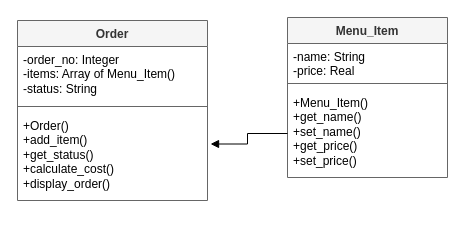
Earlier version of the draw.io diagram page "class" (2 of 3) of ah-cs/sdd/AH-SDD-Canteen/assets/diagrams/AH-SDD-Canteen.drawio (MrFriendCS/MrFriendCS.github.io). Source tidied: cells renumbered, new cells numbered last; positions are measured from the earlier drawing's top-left corner, leaving out a move shared by most shapes. Both pictures are drawn from the tidied source at 100%, with x=0, y=0 at pixel (17, 17).
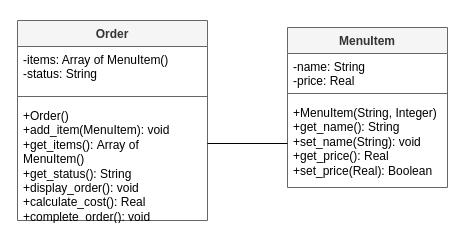
The same page after the edit.

Diff of the diagram source:
```diff
@@
 <mxGraphModel>
   <root>
     <mxCell id="0" />
     <mxCell id="1" parent="0" />
     <mxCell id="2" value="Order" style="swimlane;fontStyle=1;align=center;verticalAlign=top;horizontal=1;startSize=26;whiteSpace=wrap;html=1;fillColor=#f5f5f5;fontColor=#333333;strokeColor=#666666;" parent="1" vertex="1">
-      <mxGeometry y="3" width="190" height="180" as="geometry" />
+      <mxGeometry y="3" width="190" height="200" as="geometry" />
     </mxCell>
-    <mxCell id="3" value="-order_no: Integer&lt;div&gt;-items: Array of Menu_Item()&lt;/div&gt;&lt;div&gt;-status: String&lt;/div&gt;" style="text;strokeColor=none;fillColor=none;align=left;verticalAlign=top;spacingLeft=4;spacingRight=4;overflow=hidden;whiteSpace=wrap;html=1;" parent="2" vertex="1">
-      <mxGeometry y="26" width="190" height="54" as="geometry" />
+    <mxCell id="3" value="&lt;div&gt;-items: Array of MenuItem()&lt;/div&gt;&lt;div&gt;-status: String&lt;/div&gt;" style="text;strokeColor=none;fillColor=none;align=left;verticalAlign=top;spacingLeft=4;spacingRight=4;overflow=hidden;whiteSpace=wrap;html=1;" parent="2" vertex="1">
+      <mxGeometry y="26" width="190" height="44" as="geometry" />
     </mxCell>
     <mxCell id="4" style="line;strokeWidth=1;fillColor=none;align=left;verticalAlign=middle;spacingTop=-1;spacingLeft=3;spacingRight=3;labelPosition=right;strokeColor=inherit;" parent="2" vertex="1">
-      <mxGeometry y="80" width="190" height="12" as="geometry" />
+      <mxGeometry y="70" width="190" height="12" as="geometry" />
     </mxCell>
-    <mxCell id="5" value="+Order()&lt;div&gt;+add_item()&lt;/div&gt;&lt;div&gt;+get_status()&lt;/div&gt;&lt;div&gt;+calculate_cost()&lt;/div&gt;&lt;div&gt;+display_order()&lt;/div&gt;" style="text;strokeColor=none;fillColor=none;align=left;verticalAlign=top;spacingLeft=4;spacingRight=4;overflow=hidden;points=[[0,0.5],[1,0.5]];portConstraint=eastwest;whiteSpace=wrap;html=1;" parent="2" vertex="1">
-      <mxGeometry y="92" width="190" height="88" as="geometry" />
+    <mxCell id="5" value="+Order()&lt;div&gt;+add_item(MenuItem): void&lt;/div&gt;&lt;div&gt;+get_items():&amp;nbsp;&lt;span style=&quot;background-color: transparent; color: light-dark(rgb(0, 0, 0), rgb(255, 255, 255));&quot;&gt;Array of MenuItem()&lt;/span&gt;&lt;/div&gt;&lt;div&gt;&lt;span style=&quot;background-color: transparent; color: light-dark(rgb(0, 0, 0), rgb(255, 255, 255));&quot;&gt;+get_status(): String&lt;/span&gt;&lt;/div&gt;&lt;div&gt;+display_order(): void&lt;/div&gt;&lt;div&gt;+calculate_cost(): Real&lt;/div&gt;&lt;div&gt;+complete_order(): void&lt;/div&gt;" style="text;strokeColor=none;fillColor=none;align=left;verticalAlign=top;spacingLeft=4;spacingRight=4;overflow=hidden;points=[[0,0.5],[1,0.5]];portConstraint=eastwest;whiteSpace=wrap;html=1;" parent="2" vertex="1">
+      <mxGeometry y="82" width="190" height="118" as="geometry" />
     </mxCell>
-    <mxCell id="6" value="Menu_Item" style="swimlane;fontStyle=1;align=center;verticalAlign=top;horizontal=1;startSize=26;whiteSpace=wrap;html=1;fillColor=#f5f5f5;fontColor=#333333;strokeColor=#666666;" parent="1" vertex="1">
-      <mxGeometry x="270" width="160" height="160" as="geometry" />
+    <mxCell id="6" value="MenuItem" style="swimlane;fontStyle=1;align=center;verticalAlign=top;horizontal=1;startSize=26;whiteSpace=wrap;html=1;fillColor=#f5f5f5;fontColor=#333333;strokeColor=#666666;" parent="1" vertex="1">
+      <mxGeometry x="270" y="10" width="160" height="160" as="geometry" />
     </mxCell>
     <mxCell id="7" value="-name: String&lt;div&gt;-price: Real&lt;/div&gt;" style="text;strokeColor=none;fillColor=none;align=left;verticalAlign=top;spacingLeft=4;spacingRight=4;overflow=hidden;whiteSpace=wrap;html=1;" parent="6" vertex="1">
       <mxGeometry y="26" width="160" height="34" as="geometry" />
     </mxCell>
     <mxCell id="8" style="line;strokeWidth=1;fillColor=none;align=left;verticalAlign=middle;spacingTop=-1;spacingLeft=3;spacingRight=3;labelPosition=right;strokeColor=inherit;" parent="6" vertex="1">
       <mxGeometry y="60" width="160" height="12" as="geometry" />
     </mxCell>
-    <mxCell id="9" value="+Menu_Item()&lt;div&gt;&lt;span style=&quot;background-color: transparent; color: light-dark(rgb(0, 0, 0), rgb(255, 255, 255));&quot;&gt;+get_name()&lt;/span&gt;&lt;/div&gt;&lt;div&gt;+set_name()&lt;br&gt;&lt;div&gt;&lt;div&gt;+get_price()&lt;br&gt;&lt;/div&gt;&lt;/div&gt;&lt;/div&gt;&lt;div&gt;+set_price()&lt;/div&gt;" style="text;strokeColor=none;fillColor=none;align=left;verticalAlign=top;spacingLeft=4;spacingRight=4;overflow=hidden;points=[[0,0.5],[1,0.5]];portConstraint=eastwest;whiteSpace=wrap;html=1;" parent="6" vertex="1">
+    <mxCell id="9" value="+MenuItem(String, Integer)&lt;div&gt;&lt;span style=&quot;background-color: transparent; color: light-dark(rgb(0, 0, 0), rgb(255, 255, 255));&quot;&gt;+get_name(): String&lt;/span&gt;&lt;/div&gt;&lt;div&gt;+set_name(String): void&lt;br&gt;&lt;div&gt;&lt;div&gt;+get_price(): Real&lt;br&gt;&lt;/div&gt;&lt;/div&gt;&lt;/div&gt;&lt;div&gt;+set_price(Real): Boolean&lt;/div&gt;" style="text;strokeColor=none;fillColor=none;align=left;verticalAlign=top;spacingLeft=4;spacingRight=4;overflow=hidden;points=[[0,0.5],[1,0.5]];portConstraint=eastwest;whiteSpace=wrap;html=1;" parent="6" vertex="1">
       <mxGeometry y="72" width="160" height="88" as="geometry" />
     </mxCell>
-    <mxCell id="10" style="edgeStyle=orthogonalEdgeStyle;rounded=0;jettySize=auto;html=1;exitX=0;exitY=0.5;exitDx=0;exitDy=0;entryX=1.016;entryY=0.358;entryDx=0;entryDy=0;entryPerimeter=0;endArrow=block;endFill=1;" parent="1" edge="1" source="9" target="5">
-      <mxGeometry relative="1" as="geometry" />
+    <mxCell id="10" style="edgeStyle=orthogonalEdgeStyle;rounded=0;jettySize=auto;html=1;exitX=0;exitY=0.5;exitDx=0;exitDy=0;endArrow=none;endFill=0;" parent="1" edge="1" source="9">
+      <mxGeometry relative="1" as="geometry">
+        <mxPoint x="190" y="126" as="targetPoint" />
+      </mxGeometry>
     </mxCell>
   </root>
 </mxGraphModel>
```
